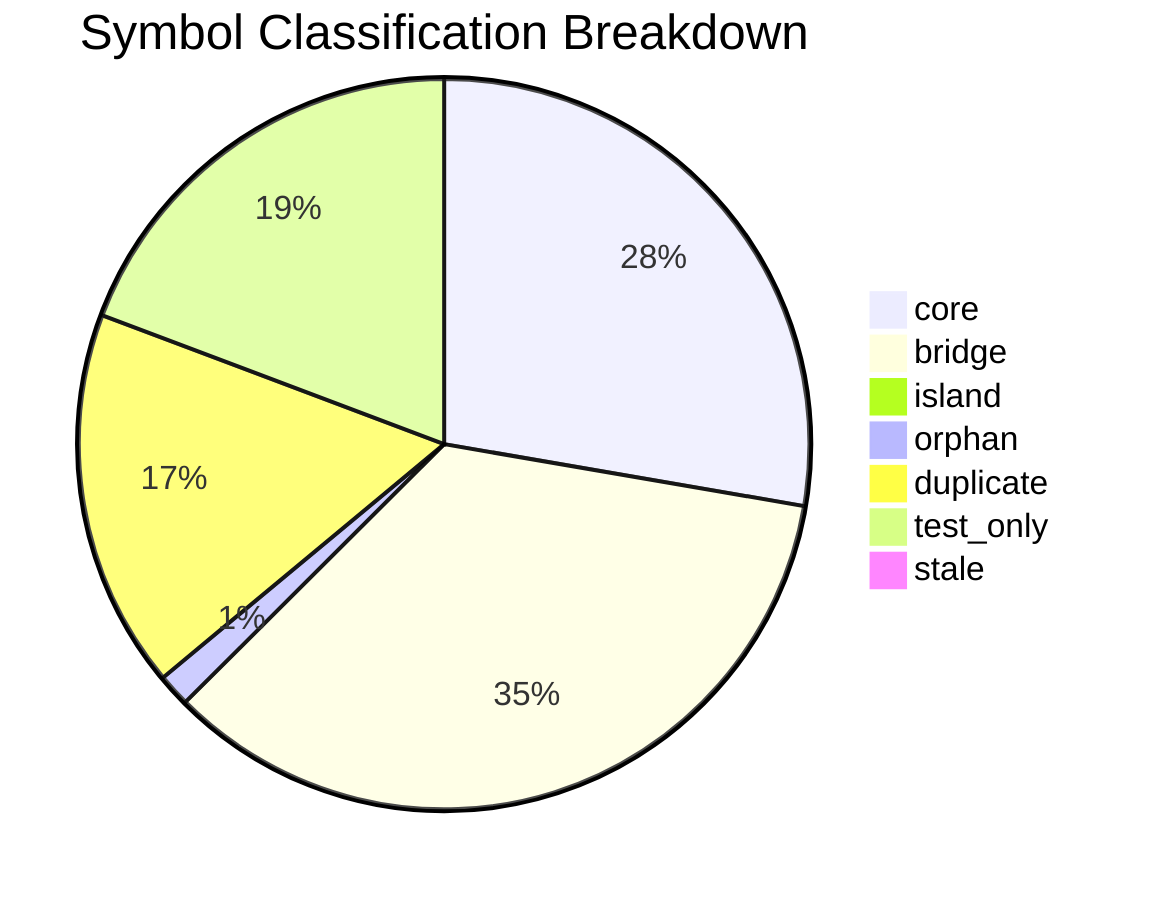
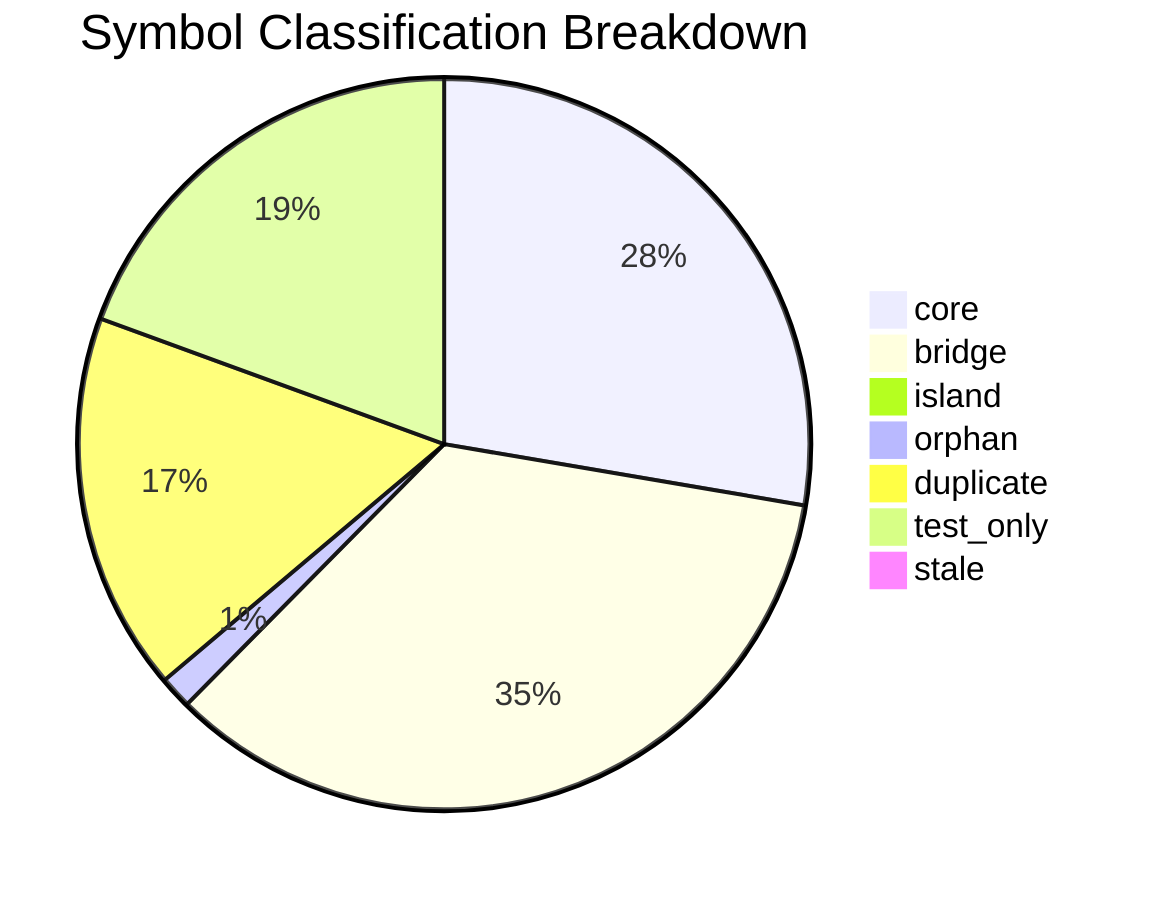
pie title Symbol Classification Breakdown
-   "core" : 4139
-   "bridge" : 5199
-   "island" : 18
-   "orphan" : 216
+   "core" : 4144
+   "bridge" : 5198
+   "island" : 22
+   "orphan" : 215
  "duplicate" : 2504
-   "test_only" : 2877
+   "test_only" : 2908
  "stale" : 0
